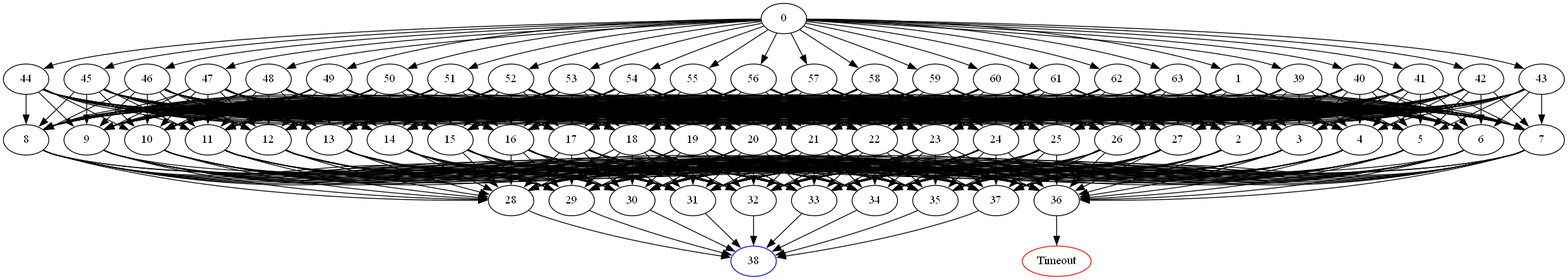
The Graphviz diagram DomainPicture/thduy.05356.comdirected_graph.png in Asikl/MazeMapper, before a commit. Its source is kept beside it as DomainPicture/thduy.05356.comdirected_graph.dot.
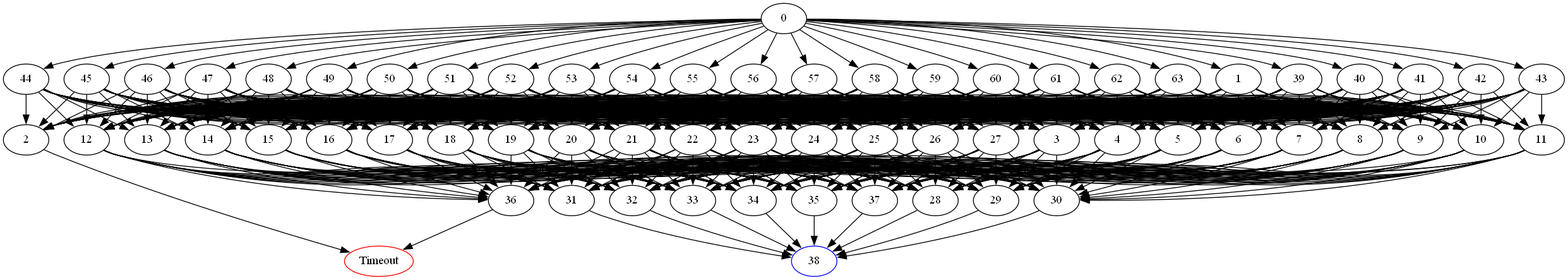
After the change.

The edit, as a diff of the source:
```diff
@@ -51,16 +51,8 @@
 	1 -> 25;
 	1 -> 26;
 	1 -> 27;
-	2 -> 28;
-	2 -> 29;
-	2 -> 30;
-	2 -> 31;
-	2 -> 32;
-	2 -> 33;
-	2 -> 34;
-	2 -> 35;
-	2 -> 36;
-	2 -> 37;
+	2 -> "Timeout";
+Timeout [color=red];
 	3 -> 28;
 	3 -> 29;
 	3 -> 30;
```
